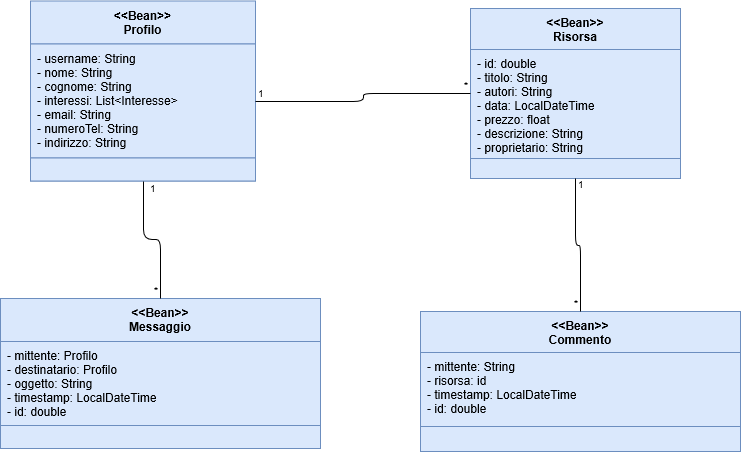
Above: Reingegnerizzazione/DettaglioProfilo.png in SundavarBlaka/Alexandria (draw.io), before the change. Source tidied: cells renumbered, new cells last; positions are measured from the earlier drawing's top-left corner, leaving out a move shared by most shapes. Its diagram source:
```xml
<mxGraphModel>
  <root>
    <mxCell id="0" />
    <mxCell id="1" parent="0" />
    <mxCell id="2" value="&lt;&lt;Bean&gt;&gt;&#10;Profilo&#10;" style="swimlane;fontStyle=1;align=center;verticalAlign=top;horizontal=1;startSize=43;fillColor=#dae8fc;strokeColor=#6c8ebf;" parent="1" vertex="1">
      <mxGeometry x="30" y="0.5" width="225" height="180" as="geometry" />
    </mxCell>
    <mxCell id="3" value="- username: String&#10;- nome: String&#10;- cognome: String&#10;- interessi: List&lt;Interesse&gt;&#10;- email: String&#10;- numeroTel: String&#10;- indirizzo: String&#10;" style="text;strokeColor=#6c8ebf;fillColor=#dae8fc;align=left;verticalAlign=top;spacingLeft=4;spacingRight=4;overflow=hidden;points=[[0,0.5],[1,0.5]];portConstraint=eastwest;" parent="2" vertex="1">
      <mxGeometry y="43" width="225" height="114" as="geometry" />
    </mxCell>
    <mxCell id="4" style="text;strokeColor=#6c8ebf;fillColor=#dae8fc;align=left;verticalAlign=top;spacingLeft=4;spacingRight=4;overflow=hidden;" parent="2" vertex="1">
      <mxGeometry y="157" width="225" height="23" as="geometry" />
    </mxCell>
    <mxCell id="5" value="&lt;&lt;Bean&gt;&gt;&#10;Risorsa" style="swimlane;fontStyle=1;align=center;verticalAlign=top;horizontal=1;startSize=41;fillColor=#dae8fc;strokeColor=#6c8ebf;" parent="1" vertex="1">
      <mxGeometry x="470" y="8" width="210" height="170" as="geometry" />
    </mxCell>
    <mxCell id="6" value="- id: double&#10;- titolo: String&#10;- autori: String&#10;- data: LocalDateTime&#10;- prezzo: float&#10;- descrizione: String&#10;- proprietario: String&#10;" style="text;strokeColor=#6c8ebf;fillColor=#dae8fc;align=left;verticalAlign=top;spacingLeft=4;spacingRight=4;overflow=hidden;" parent="5" vertex="1">
      <mxGeometry y="41" width="210" height="109" as="geometry" />
    </mxCell>
    <mxCell id="7" value="&#10;" style="text;strokeColor=#6c8ebf;fillColor=#dae8fc;align=left;verticalAlign=top;spacingLeft=4;spacingRight=4;overflow=hidden;" parent="5" vertex="1">
      <mxGeometry y="150" width="210" height="20" as="geometry" />
    </mxCell>
    <mxCell id="8" value="&lt;&lt;Bean&gt;&gt;&#10;Messaggio&#10;" style="swimlane;fontStyle=1;align=center;verticalAlign=top;horizontal=1;startSize=43;fillColor=#dae8fc;strokeColor=#6c8ebf;" parent="1" vertex="1">
      <mxGeometry y="298" width="320" height="150" as="geometry" />
    </mxCell>
    <mxCell id="9" value="- mittente: Profilo&#10;- destinatario: Profilo&#10;- oggetto: String&#10;- timestamp: LocalDateTime&#10;- id: double&#10;" style="text;strokeColor=#6c8ebf;fillColor=#dae8fc;align=left;verticalAlign=top;spacingLeft=4;spacingRight=4;overflow=hidden;" parent="8" vertex="1">
      <mxGeometry y="43" width="320" height="84" as="geometry" />
    </mxCell>
    <mxCell id="10" value="&#10;" style="text;strokeColor=#6c8ebf;fillColor=#dae8fc;align=left;verticalAlign=top;spacingLeft=4;spacingRight=4;overflow=hidden;" parent="8" vertex="1">
      <mxGeometry y="127" width="320" height="23" as="geometry" />
    </mxCell>
    <mxCell id="11" value="&lt;&lt;Bean&gt;&gt;&#10;Commento&#10;" style="swimlane;fontStyle=1;align=center;verticalAlign=top;horizontal=1;startSize=41;fillColor=#dae8fc;strokeColor=#6c8ebf;" parent="1" vertex="1">
      <mxGeometry x="420" y="311" width="320" height="140" as="geometry" />
    </mxCell>
    <mxCell id="12" value="- mittente: String&#10;- risorsa: id&#10;- timestamp: LocalDateTime&#10;- id: double&#10;" style="text;strokeColor=#6c8ebf;fillColor=#dae8fc;align=left;verticalAlign=top;spacingLeft=4;spacingRight=4;overflow=hidden;" parent="11" vertex="1">
      <mxGeometry y="41" width="320" height="74" as="geometry" />
    </mxCell>
    <mxCell id="13" style="text;strokeColor=#6c8ebf;fillColor=#dae8fc;align=left;verticalAlign=top;spacingLeft=4;spacingRight=4;overflow=hidden;" parent="11" vertex="1">
      <mxGeometry y="115" width="320" height="25" as="geometry" />
    </mxCell>
    <mxCell id="14" style="endArrow=none;html=1;edgeStyle=orthogonalEdgeStyle;exitX=1;exitY=0.5;exitDx=0;exitDy=0;entryX=0;entryY=0.5;entryDx=0;entryDy=0;" parent="1" edge="1" source="3" target="5">
      <mxGeometry relative="1" as="geometry" />
    </mxCell>
    <mxCell id="15" value="1&lt;br&gt;" style="html=1;align=left;verticalAlign=bottom;labelBackgroundColor=#ffffff;fontSize=10;" parent="14" vertex="1">
      <mxGeometry x="-1" relative="1" as="geometry" />
    </mxCell>
    <mxCell id="16" value="*&lt;br&gt;" style="html=1;align=right;verticalAlign=bottom;labelBackgroundColor=#ffffff;fontSize=10;" parent="14" vertex="1">
      <mxGeometry x="1" relative="1" as="geometry" />
    </mxCell>
    <mxCell id="17" style="endArrow=none;html=1;edgeStyle=orthogonalEdgeStyle;exitX=0.5;exitY=1;exitDx=0;exitDy=0;entryX=0.5;entryY=0;entryDx=0;entryDy=0;" parent="1" edge="1" source="5" target="11">
      <mxGeometry relative="1" as="geometry" />
    </mxCell>
    <mxCell id="18" value="1&lt;br&gt;" style="html=1;align=left;verticalAlign=bottom;labelBackgroundColor=#ffffff;fontSize=10;" parent="17" vertex="1">
      <mxGeometry x="-1" relative="1" as="geometry">
        <mxPoint y="14" as="offset" />
      </mxGeometry>
    </mxCell>
    <mxCell id="19" value="*&lt;br&gt;" style="html=1;align=right;verticalAlign=bottom;labelBackgroundColor=#ffffff;fontSize=10;" parent="17" vertex="1">
      <mxGeometry x="1" relative="1" as="geometry" />
    </mxCell>
    <mxCell id="20" style="endArrow=none;html=1;edgeStyle=orthogonalEdgeStyle;exitX=0.5;exitY=1;exitDx=0;exitDy=0;entryX=0.5;entryY=0;entryDx=0;entryDy=0;" parent="1" edge="1" source="2" target="8">
      <mxGeometry relative="1" as="geometry" />
    </mxCell>
    <mxCell id="21" value="1&lt;br&gt;" style="html=1;align=left;verticalAlign=bottom;labelBackgroundColor=#ffffff;fontSize=10;" parent="20" vertex="1">
      <mxGeometry x="-1" relative="1" as="geometry">
        <mxPoint x="4" y="15" as="offset" />
      </mxGeometry>
    </mxCell>
    <mxCell id="22" value="*&lt;br&gt;" style="html=1;align=right;verticalAlign=bottom;labelBackgroundColor=#ffffff;fontSize=10;" parent="20" vertex="1">
      <mxGeometry x="1" relative="1" as="geometry" />
    </mxCell>
  </root>
</mxGraphModel>
```
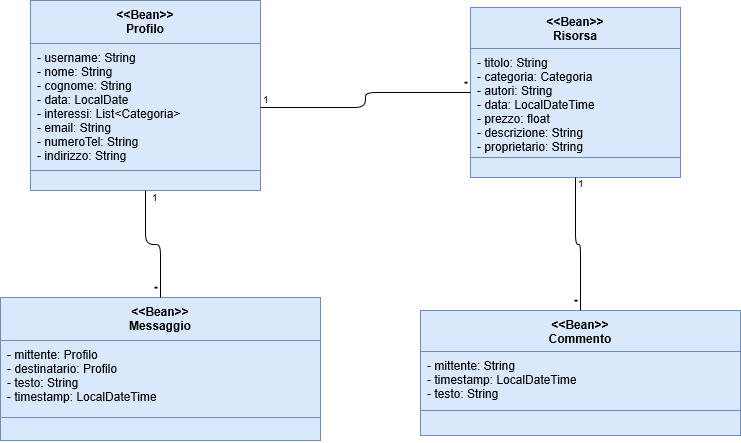
Above is the later version.

Change to the diagram source:
```diff
@@ -3,40 +3,40 @@
     <mxCell id="0" />
     <mxCell id="1" parent="0" />
     <mxCell id="2" value="&lt;&lt;Bean&gt;&gt;&#10;Profilo&#10;" style="swimlane;fontStyle=1;align=center;verticalAlign=top;horizontal=1;startSize=43;fillColor=#dae8fc;strokeColor=#6c8ebf;" parent="1" vertex="1">
-      <mxGeometry x="30" y="0.5" width="225" height="180" as="geometry" />
+      <mxGeometry x="30" y="1" width="230" height="190" as="geometry" />
     </mxCell>
-    <mxCell id="3" value="- username: String&#10;- nome: String&#10;- cognome: String&#10;- interessi: List&lt;Interesse&gt;&#10;- email: String&#10;- numeroTel: String&#10;- indirizzo: String&#10;" style="text;strokeColor=#6c8ebf;fillColor=#dae8fc;align=left;verticalAlign=top;spacingLeft=4;spacingRight=4;overflow=hidden;points=[[0,0.5],[1,0.5]];portConstraint=eastwest;" parent="2" vertex="1">
-      <mxGeometry y="43" width="225" height="114" as="geometry" />
+    <mxCell id="3" value="- username: String&#10;- nome: String&#10;- cognome: String&#10;- data: LocalDate&#10;- interessi: List&lt;Categoria&gt;&#10;- email: String&#10;- numeroTel: String&#10;- indirizzo: String&#10;" style="text;strokeColor=#6c8ebf;fillColor=#dae8fc;align=left;verticalAlign=top;spacingLeft=4;spacingRight=4;overflow=hidden;points=[[0,0.5],[1,0.5]];portConstraint=eastwest;" parent="2" vertex="1">
+      <mxGeometry y="43" width="230" height="127" as="geometry" />
     </mxCell>
     <mxCell id="4" style="text;strokeColor=#6c8ebf;fillColor=#dae8fc;align=left;verticalAlign=top;spacingLeft=4;spacingRight=4;overflow=hidden;" parent="2" vertex="1">
-      <mxGeometry y="157" width="225" height="23" as="geometry" />
+      <mxGeometry y="170" width="230" height="20" as="geometry" />
     </mxCell>
     <mxCell id="5" value="&lt;&lt;Bean&gt;&gt;&#10;Risorsa" style="swimlane;fontStyle=1;align=center;verticalAlign=top;horizontal=1;startSize=41;fillColor=#dae8fc;strokeColor=#6c8ebf;" parent="1" vertex="1">
       <mxGeometry x="470" y="8" width="210" height="170" as="geometry" />
     </mxCell>
-    <mxCell id="6" value="- id: double&#10;- titolo: String&#10;- autori: String&#10;- data: LocalDateTime&#10;- prezzo: float&#10;- descrizione: String&#10;- proprietario: String&#10;" style="text;strokeColor=#6c8ebf;fillColor=#dae8fc;align=left;verticalAlign=top;spacingLeft=4;spacingRight=4;overflow=hidden;" parent="5" vertex="1">
+    <mxCell id="6" value="- titolo: String&#10;- categoria: Categoria&#10;- autori: String&#10;- data: LocalDateTime&#10;- prezzo: float&#10;- descrizione: String&#10;- proprietario: String&#10;" style="text;strokeColor=#6c8ebf;fillColor=#dae8fc;align=left;verticalAlign=top;spacingLeft=4;spacingRight=4;overflow=hidden;" parent="5" vertex="1">
       <mxGeometry y="41" width="210" height="109" as="geometry" />
     </mxCell>
     <mxCell id="7" value="&#10;" style="text;strokeColor=#6c8ebf;fillColor=#dae8fc;align=left;verticalAlign=top;spacingLeft=4;spacingRight=4;overflow=hidden;" parent="5" vertex="1">
       <mxGeometry y="150" width="210" height="20" as="geometry" />
     </mxCell>
     <mxCell id="8" value="&lt;&lt;Bean&gt;&gt;&#10;Messaggio&#10;" style="swimlane;fontStyle=1;align=center;verticalAlign=top;horizontal=1;startSize=43;fillColor=#dae8fc;strokeColor=#6c8ebf;" parent="1" vertex="1">
-      <mxGeometry y="298" width="320" height="150" as="geometry" />
+      <mxGeometry y="298" width="320" height="143" as="geometry" />
     </mxCell>
-    <mxCell id="9" value="- mittente: Profilo&#10;- destinatario: Profilo&#10;- oggetto: String&#10;- timestamp: LocalDateTime&#10;- id: double&#10;" style="text;strokeColor=#6c8ebf;fillColor=#dae8fc;align=left;verticalAlign=top;spacingLeft=4;spacingRight=4;overflow=hidden;" parent="8" vertex="1">
-      <mxGeometry y="43" width="320" height="84" as="geometry" />
+    <mxCell id="9" value="- mittente: Profilo&#10;- destinatario: Profilo&#10;- testo: String&#10;- timestamp: LocalDateTime&#10;" style="text;strokeColor=#6c8ebf;fillColor=#dae8fc;align=left;verticalAlign=top;spacingLeft=4;spacingRight=4;overflow=hidden;" parent="8" vertex="1">
+      <mxGeometry y="43" width="320" height="77" as="geometry" />
     </mxCell>
     <mxCell id="10" value="&#10;" style="text;strokeColor=#6c8ebf;fillColor=#dae8fc;align=left;verticalAlign=top;spacingLeft=4;spacingRight=4;overflow=hidden;" parent="8" vertex="1">
-      <mxGeometry y="127" width="320" height="23" as="geometry" />
+      <mxGeometry y="120" width="320" height="23" as="geometry" />
     </mxCell>
     <mxCell id="11" value="&lt;&lt;Bean&gt;&gt;&#10;Commento&#10;" style="swimlane;fontStyle=1;align=center;verticalAlign=top;horizontal=1;startSize=41;fillColor=#dae8fc;strokeColor=#6c8ebf;" parent="1" vertex="1">
-      <mxGeometry x="420" y="311" width="320" height="140" as="geometry" />
+      <mxGeometry x="420" y="311" width="320" height="125" as="geometry" />
     </mxCell>
-    <mxCell id="12" value="- mittente: String&#10;- risorsa: id&#10;- timestamp: LocalDateTime&#10;- id: double&#10;" style="text;strokeColor=#6c8ebf;fillColor=#dae8fc;align=left;verticalAlign=top;spacingLeft=4;spacingRight=4;overflow=hidden;" parent="11" vertex="1">
-      <mxGeometry y="41" width="320" height="74" as="geometry" />
+    <mxCell id="12" value="- mittente: String&#10;- timestamp: LocalDateTime&#10;- testo: String" style="text;strokeColor=#6c8ebf;fillColor=#dae8fc;align=left;verticalAlign=top;spacingLeft=4;spacingRight=4;overflow=hidden;" parent="11" vertex="1">
+      <mxGeometry y="41" width="320" height="59" as="geometry" />
     </mxCell>
     <mxCell id="13" style="text;strokeColor=#6c8ebf;fillColor=#dae8fc;align=left;verticalAlign=top;spacingLeft=4;spacingRight=4;overflow=hidden;" parent="11" vertex="1">
-      <mxGeometry y="115" width="320" height="25" as="geometry" />
+      <mxGeometry y="100" width="320" height="25" as="geometry" />
     </mxCell>
     <mxCell id="14" style="endArrow=none;html=1;edgeStyle=orthogonalEdgeStyle;exitX=1;exitY=0.5;exitDx=0;exitDy=0;entryX=0;entryY=0.5;entryDx=0;entryDy=0;" parent="1" edge="1" source="3" target="5">
       <mxGeometry relative="1" as="geometry" />
```
